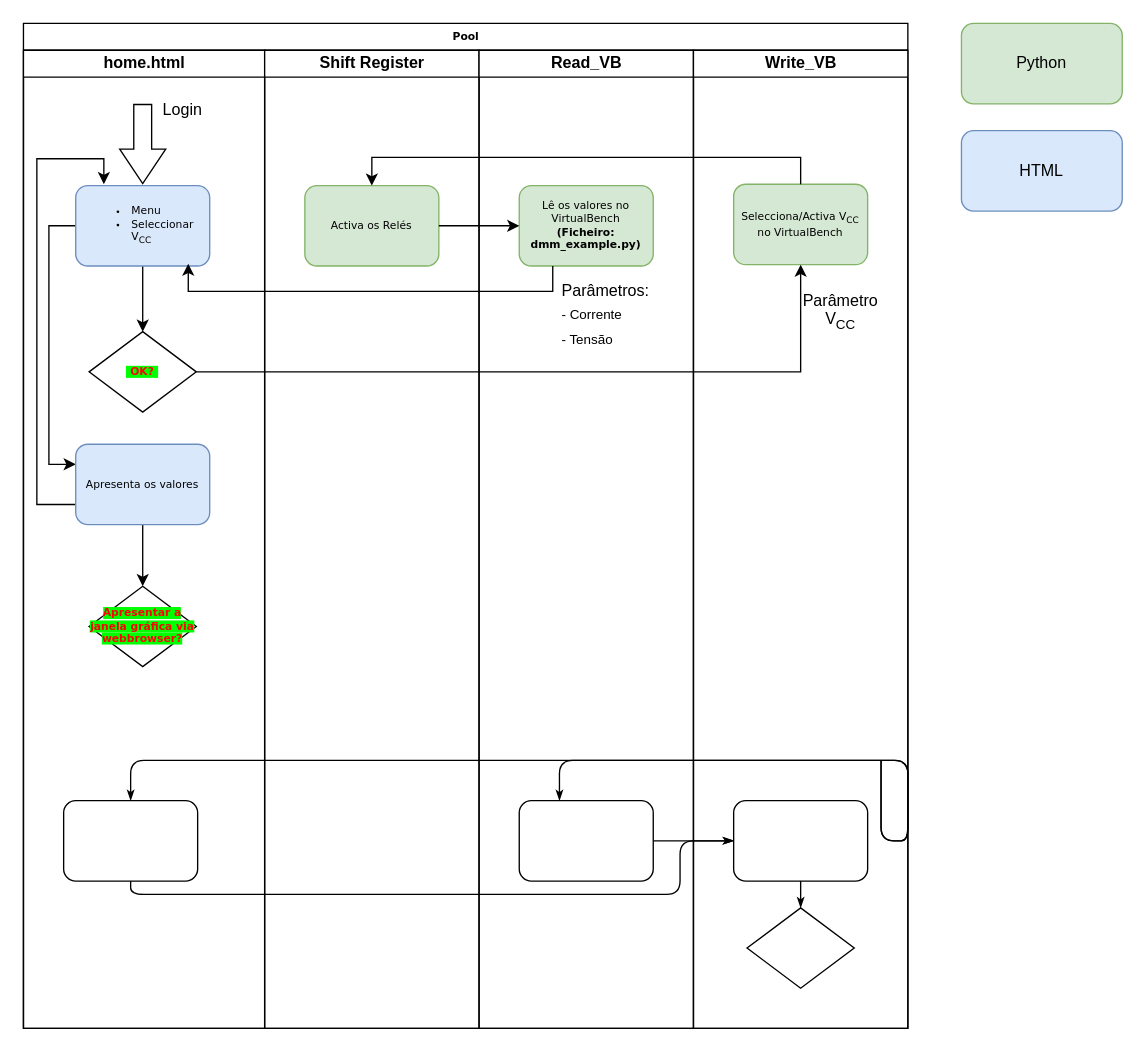
The draw.io diagram diagramas/Diagrama_RENOMEAR.drawio in eddygrinder/Unnamed-Thesis_PCCode, before the edit. Source tidied: cells renumbered, new cells numbered last; positions are measured from the earlier drawing's top-left corner, leaving out a move shared by most shapes. Both pictures are drawn from the tidied source at 134%, with x=0, y=0 at pixel (23, 23).
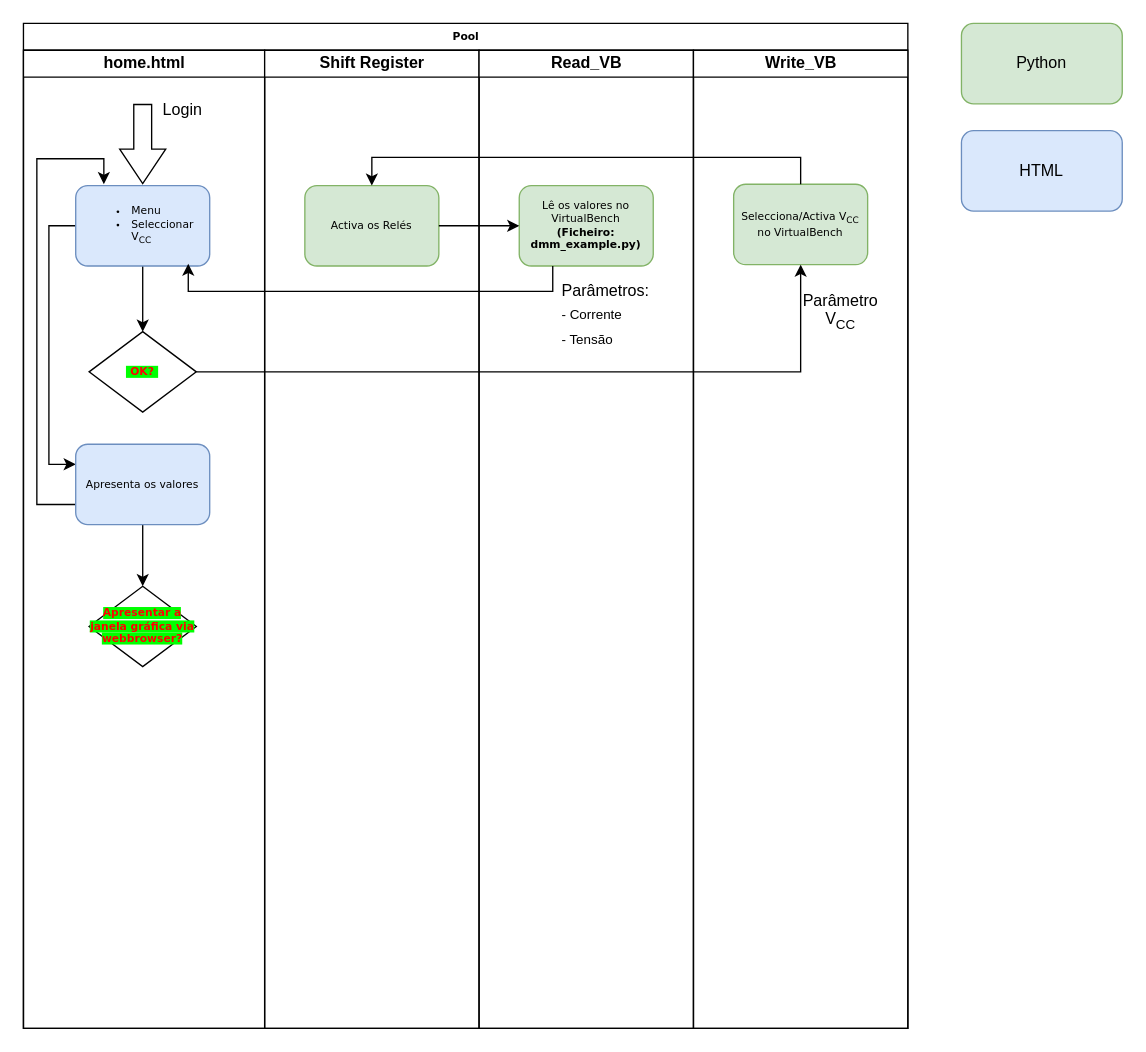
The same page after the edit.

The change refers to these unchanged cells:
```xml
<mxCell id="2" value="Pool" style="swimlane;html=1;startSize=20;rounded=0;shadow=0;labelBackgroundColor=none;strokeWidth=1;fontFamily=Verdana;fontSize=8;align=center;glass=0;" parent="1" vertex="1">
  <mxGeometry width="660" height="750" as="geometry" />
</mxCell>
<mxCell id="3" value="home.html" style="swimlane;html=1;startSize=20;" parent="2" vertex="1">
  <mxGeometry y="20" width="180" height="730" as="geometry" />
</mxCell>
<mxCell id="21" value="Read_VB" style="swimlane;html=1;startSize=20;" parent="2" vertex="1">
  <mxGeometry x="340" y="20" width="160" height="730" as="geometry" />
</mxCell>
<mxCell id="25" value="Write_VB" style="swimlane;html=1;startSize=20;" parent="2" vertex="1">
  <mxGeometry x="500" y="20" width="160" height="730" as="geometry" />
</mxCell>
```

The edit, as a diff of the source:
```diff
@@
-    <mxCell id="7" style="rounded=1;whiteSpace=wrap;html=1;shadow=0;labelBackgroundColor=none;strokeWidth=1;fontFamily=Verdana;fontSize=8;align=center;" parent="3" vertex="1">
-      <mxGeometry x="30" y="560" width="100" height="60" as="geometry" />
-    </mxCell>
@@
-    <mxCell id="15" style="edgeStyle=orthogonalEdgeStyle;rounded=1;html=1;labelBackgroundColor=none;startArrow=none;startFill=0;startSize=5;endArrow=classicThin;endFill=1;endSize=5;jettySize=auto;strokeWidth=1;fontFamily=Verdana;fontSize=8;" parent="2" edge="1" target="23">
-      <mxGeometry relative="1" as="geometry">
-        <mxPoint x="640" y="550" as="sourcePoint" />
-        <Array as="points">
-          <mxPoint x="660" y="610" />
-          <mxPoint x="660" y="550" />
-          <mxPoint x="400" y="550" />
-        </Array>
-      </mxGeometry>
-    </mxCell>
-    <mxCell id="16" style="edgeStyle=orthogonalEdgeStyle;rounded=1;html=1;labelBackgroundColor=none;startArrow=none;startFill=0;startSize=5;endArrow=classicThin;endFill=1;endSize=5;jettySize=auto;strokeWidth=1;fontFamily=Verdana;fontSize=8;" parent="2" edge="1" target="7">
-      <mxGeometry relative="1" as="geometry">
-        <mxPoint x="640" y="550" as="sourcePoint" />
-        <Array as="points">
-          <mxPoint x="660" y="610" />
-          <mxPoint x="660" y="550" />
-          <mxPoint x="80" y="550" />
-        </Array>
-      </mxGeometry>
-    </mxCell>
-    <mxCell id="17" style="edgeStyle=orthogonalEdgeStyle;rounded=1;html=1;labelBackgroundColor=none;startArrow=none;startFill=0;startSize=5;endArrow=classicThin;endFill=1;endSize=5;jettySize=auto;strokeWidth=1;fontFamily=Verdana;fontSize=8;" parent="2" edge="1" source="7" target="27">
-      <mxGeometry relative="1" as="geometry">
-        <Array as="points">
-          <mxPoint x="80" y="650" />
-          <mxPoint x="490" y="650" />
-          <mxPoint x="490" y="610" />
-        </Array>
-      </mxGeometry>
-    </mxCell>
-    <mxCell id="18" style="edgeStyle=orthogonalEdgeStyle;rounded=1;html=1;labelBackgroundColor=none;startArrow=none;startFill=0;startSize=5;endArrow=classicThin;endFill=1;endSize=5;jettySize=auto;strokeWidth=1;fontFamily=Verdana;fontSize=8;" parent="2" edge="1" source="23" target="27">
-      <mxGeometry relative="1" as="geometry" />
-    </mxCell>
@@
-    <mxCell id="23" style="rounded=1;whiteSpace=wrap;html=1;shadow=0;labelBackgroundColor=none;strokeWidth=1;fontFamily=Verdana;fontSize=8;align=center;" parent="21" vertex="1">
-      <mxGeometry x="30" y="560" width="100" height="60" as="geometry" />
-    </mxCell>
@@
-    <mxCell id="27" style="rounded=1;whiteSpace=wrap;html=1;shadow=0;labelBackgroundColor=none;strokeWidth=1;fontFamily=Verdana;fontSize=8;align=center;" parent="25" vertex="1">
-      <mxGeometry x="30" y="560" width="100" height="60" as="geometry" />
-    </mxCell>
-    <mxCell id="28" style="rhombus;whiteSpace=wrap;html=1;rounded=0;shadow=0;labelBackgroundColor=none;strokeWidth=1;fontFamily=Verdana;fontSize=8;align=center;" parent="25" vertex="1">
-      <mxGeometry x="40" y="640" width="80" height="60" as="geometry" />
-    </mxCell>
-    <mxCell id="29" style="edgeStyle=orthogonalEdgeStyle;rounded=1;html=1;labelBackgroundColor=none;startArrow=none;startFill=0;startSize=5;endArrow=classicThin;endFill=1;endSize=5;jettySize=auto;strokeWidth=1;fontFamily=Verdana;fontSize=8;" parent="25" edge="1" source="27" target="28">
-      <mxGeometry relative="1" as="geometry" />
-    </mxCell>
@@
-    <mxCell id="37" value="HTML" style="rounded=1;whiteSpace=wrap;html=1;fillColor=#dae8fc;strokeColor=#6c8ebf;" parent="1" vertex="1">
+    <mxCell id="37" value="HTML" style="rounded=1;whiteSpace=wrap;html=1;fillColor=#dae8fc;strokeColor=#6c8ebf;shadow=0;" parent="1" vertex="1">
       <mxGeometry x="700" y="80" width="120" height="60" as="geometry" />
     </mxCell>
```
